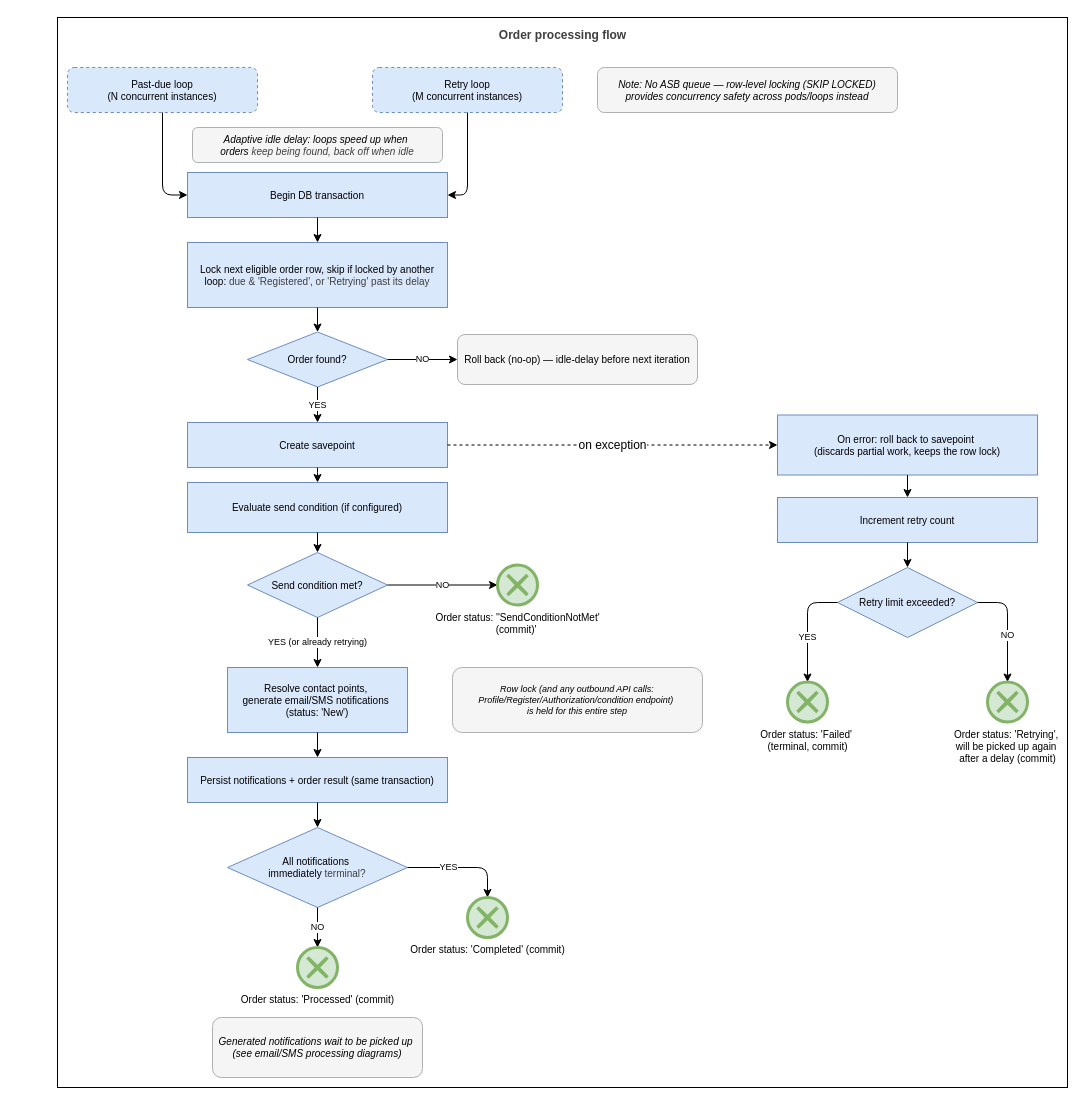
The draw.io diagram docs/architecture/diagrams/flowchart-order-process.drawio in Altinn/altinn-notifications, before the edit. Source tidied: cells renumbered, new cells numbered last; positions are measured from the earlier drawing's top-left corner, leaving out a move shared by most shapes. Both pictures are drawn from the tidied source at 100%, with x=0, y=0 at pixel (57, 17).
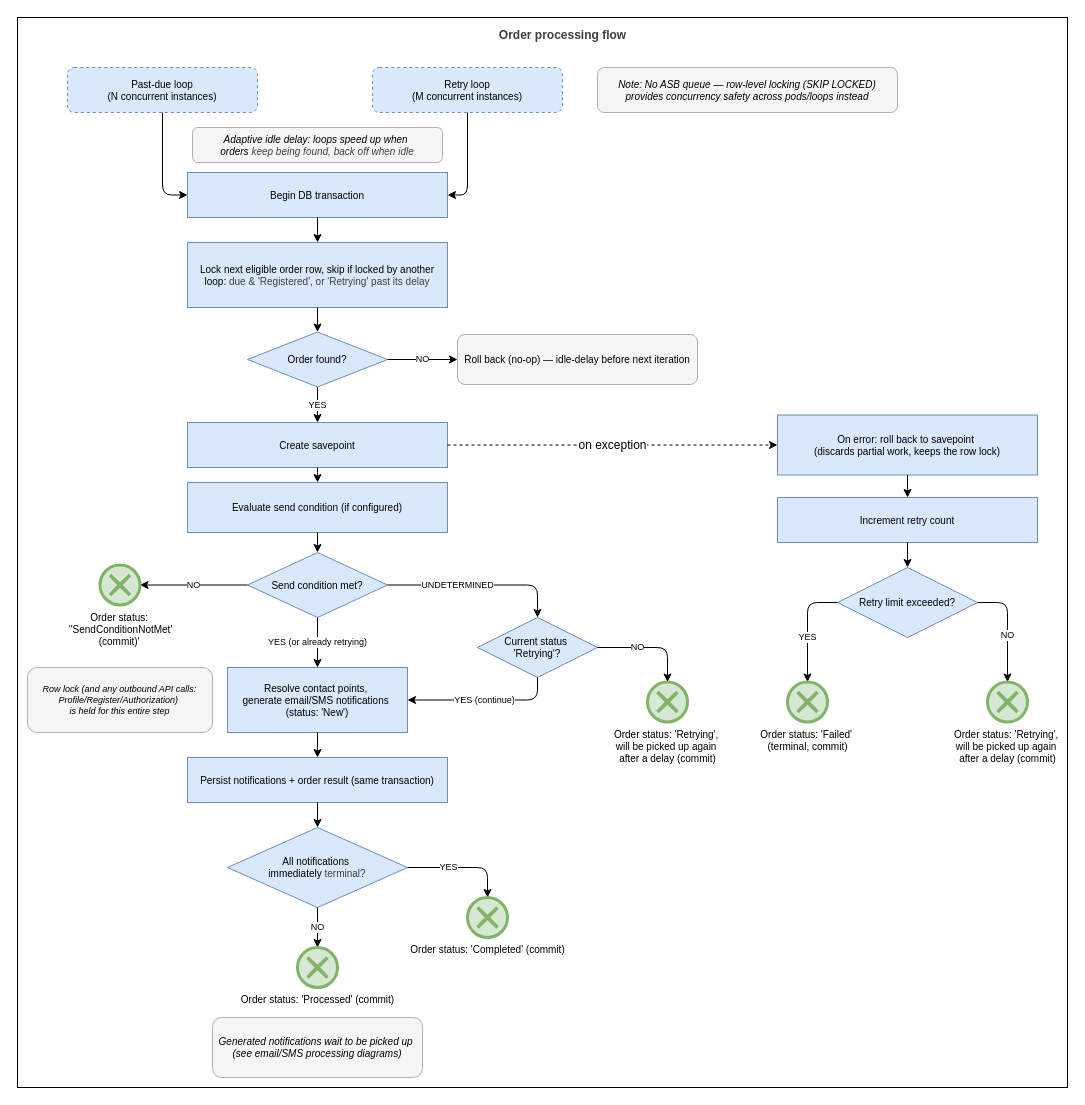
Above is the later version.

Commit message (it also covers changes not shown here):
Include undetermined condition case in processing flow

The change refers to these unchanged cells:
```xml
<mxCell id="21" value="Send condition met?" style="rhombus;whiteSpace=wrap;html=1;fontSize=10;fillColor=#dae8fc;strokeColor=#6c8ebf;" parent="1" vertex="1">
  <mxGeometry x="190" y="535" width="140" height="65" as="geometry" />
</mxCell>
<mxCell id="24" value="Resolve contact points,&amp;nbsp;&lt;div&gt;generate email/SMS notifications&amp;nbsp;&lt;/div&gt;&lt;div&gt;(status: 'New')&lt;/div&gt;" style="rounded=0;whiteSpace=wrap;html=1;fillColor=#dae8fc;strokeColor=#6c8ebf;fontSize=10;" parent="1" vertex="1">
  <mxGeometry x="170" y="650" width="180" height="65" as="geometry" />
</mxCell>
```

What changed in the source:
```diff
@@
     <mxCell id="2" style="rounded=0;whiteSpace=wrap;html=1;" parent="1" vertex="1">
-      <mxGeometry width="1010" height="1070" as="geometry" />
+      <mxGeometry x="-40" width="1050" height="1070" as="geometry" />
     </mxCell>
@@
-    <mxCell id="23" value="NO" style="edgeStyle=orthogonalEdgeStyle;html=1;exitX=1;exitY=0.5;exitDx=0;exitDy=0;entryX=0;entryY=0.5;entryDx=0;entryDy=0;fontSize=9;entryPerimeter=0;" parent="1" edge="1" source="21" target="46">
+    <mxCell id="23" value="NO" style="edgeStyle=orthogonalEdgeStyle;html=1;exitX=0;exitY=0.5;exitDx=0;exitDy=0;entryX=1;entryY=0.5;entryDx=0;entryDy=0;fontSize=9;entryPerimeter=0;" parent="1" edge="1" source="21" target="46">
       <mxGeometry relative="1" as="geometry" />
     </mxCell>
@@
-    <mxCell id="26" value="Row lock (and any outbound API calls: Profile/Register/Authorization/condition endpoint)&amp;nbsp;&lt;div&gt;is held for this entire step&lt;/div&gt;" style="rounded=1;whiteSpace=wrap;html=1;fillColor=#f5f5f5;strokeColor=#b0b0b0;fontSize=9;fontStyle=2;" parent="1" vertex="1">
-      <mxGeometry x="395" y="650" width="250" height="65" as="geometry" />
+    <mxCell id="26" value="Row lock (and any outbound API calls: Profile/Register/Authorization)&amp;nbsp;&lt;div&gt;is held for this entire step&lt;/div&gt;" style="rounded=1;whiteSpace=wrap;html=1;fillColor=#f5f5f5;strokeColor=#b0b0b0;fontSize=9;fontStyle=2;" parent="1" vertex="1">
+      <mxGeometry x="-30" y="650" width="185" height="65" as="geometry" />
     </mxCell>
@@
-    <mxCell id="46" value="&lt;font&gt;Order status: '&lt;span style=&quot;color: rgb(0, 0, 0); white-space: normal;&quot;&gt;'SendConditionNotMet' &lt;br&gt;(commit)&lt;/span&gt;'&amp;nbsp;&lt;/font&gt;" style="points=[[0.145,0.145,0],[0.5,0,0],[0.855,0.145,0],[1,0.5,0],[0.855,0.855,0],[0.5,1,0],[0.145,0.855,0],[0,0.5,0]];shape=mxgraph.bpmn.event;html=1;verticalLabelPosition=bottom;labelBackgroundColor=#ffffff;verticalAlign=top;align=center;perimeter=ellipsePerimeter;outlineConnect=0;outline=end;symbol=cancel;fillColor=#d5e8d4;strokeColor=#82b366;fontSize=10;" parent="1" vertex="1">
-      <mxGeometry x="440" y="547.5" width="40" height="40" as="geometry" />
+    <mxCell id="46" value="&lt;font&gt;Order status:&amp;nbsp;&lt;/font&gt;&lt;div&gt;&lt;font&gt;'&lt;span style=&quot;color: rgb(0, 0, 0); white-space: normal;&quot;&gt;'SendConditionNotMet'&lt;/span&gt;&lt;/font&gt;&lt;/div&gt;&lt;div&gt;&lt;font&gt;&lt;span style=&quot;color: rgb(0, 0, 0); white-space: normal;&quot;&gt;(commit)&lt;/span&gt;'&amp;nbsp;&lt;/font&gt;&lt;/div&gt;" style="points=[[0.145,0.145,0],[0.5,0,0],[0.855,0.145,0],[1,0.5,0],[0.855,0.855,0],[0.5,1,0],[0.145,0.855,0],[0,0.5,0]];shape=mxgraph.bpmn.event;html=1;verticalLabelPosition=bottom;labelBackgroundColor=#ffffff;verticalAlign=top;align=center;perimeter=ellipsePerimeter;outlineConnect=0;outline=end;symbol=cancel;fillColor=#d5e8d4;strokeColor=#82b366;fontSize=10;" parent="1" vertex="1">
+      <mxGeometry x="42.5" y="547.5" width="40" height="40" as="geometry" />
     </mxCell>
+    <mxCell id="47" value="UNDETERMINED" style="edgeStyle=orthogonalEdgeStyle;html=1;exitX=1;exitY=0.5;exitDx=0;exitDy=0;fontSize=9;entryX=0.5;entryY=0;entryDx=0;entryDy=0;" parent="1" edge="1" source="21" target="49">
+      <mxGeometry x="-0.23" relative="1" as="geometry">
+        <Array as="points">
+          <mxPoint x="480" y="568" />
+        </Array>
+      </mxGeometry>
+    </mxCell>
+    <mxCell id="48" value="&lt;font&gt;Order status: 'Retrying',&amp;nbsp;&lt;/font&gt;&lt;div&gt;&lt;font&gt;will be picked up again&amp;nbsp;&lt;/font&gt;&lt;/div&gt;&lt;div&gt;&lt;font&gt;after a delay (commit)&lt;/font&gt;&lt;/div&gt;" style="points=[[0.145,0.145,0],[0.5,0,0],[0.855,0.145,0],[1,0.5,0],[0.855,0.855,0],[0.5,1,0],[0.145,0.855,0],[0,0.5,0]];shape=mxgraph.bpmn.event;html=1;verticalLabelPosition=bottom;labelBackgroundColor=#ffffff;verticalAlign=top;align=center;perimeter=ellipsePerimeter;outlineConnect=0;outline=end;symbol=cancel;fillColor=#d5e8d4;strokeColor=#82b366;fontSize=10;" parent="1" vertex="1">
+      <mxGeometry x="590" y="664.5" width="40" height="40" as="geometry" />
+    </mxCell>
+    <mxCell id="49" value="Current status&amp;nbsp;&lt;div&gt;'Retrying'?&lt;/div&gt;" style="rhombus;whiteSpace=wrap;html=1;fontSize=10;fillColor=#dae8fc;strokeColor=#6c8ebf;" parent="1" vertex="1">
+      <mxGeometry x="420" y="600" width="120" height="60" as="geometry" />
+    </mxCell>
+    <mxCell id="50" value="NO" style="edgeStyle=orthogonalEdgeStyle;html=1;exitX=1;exitY=0.5;exitDx=0;exitDy=0;entryX=0.5;entryY=0;entryDx=0;entryDy=0;fontSize=9;entryPerimeter=0;" parent="1" edge="1" source="49" target="48">
+      <mxGeometry x="-0.23" relative="1" as="geometry">
+        <Array as="points">
+          <mxPoint x="610" y="630" />
+          <mxPoint x="610" y="665" />
+        </Array>
+      </mxGeometry>
+    </mxCell>
+    <mxCell id="51" value="YES (continue)" style="edgeStyle=orthogonalEdgeStyle;html=1;exitX=0.5;exitY=1;exitDx=0;exitDy=0;entryX=1;entryY=0.5;entryDx=0;entryDy=0;fontSize=9;" parent="1" edge="1" source="49" target="24">
+      <mxGeometry relative="1" as="geometry" />
+    </mxCell>
```
